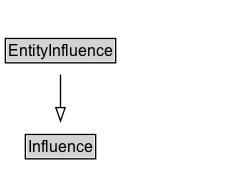
The Graphviz diagram docs/diagrams/EntityInfluence.dot.png in k-vaughn/ontology-import-prov, before a commit. Its source is kept beside it as docs/diagrams/EntityInfluence.dot. Source of this version:
```dot
digraph {
	graph [overlap=false rankdir=TB splines=true]
	node [fontname=Arial fontsize=12 margin=0 shape=none]
	edge [fontname=Arial fontsize=11]
	EntityInfluence [label=<<TABLE BORDER="1" CELLBORDER="0" CELLSPACING="0" CELLPADDING="1"><TR><TD BGCOLOR="lightgray" ALIGN="CENTER">EntityInfluence</TD></TR></TABLE>> URL="../EntityInfluence" margin=0]
	{
		rank=max
	}
	subgraph cluster_associated {
		label="" style=invis
		Invis [label=<<TABLE BORDER="0" CELLBORDER="0" CELLSPACING="0" CELLPADDING="1"><TR><TD></TD></TR></TABLE>> margin=0 style=invis]
	}
	Influence [label=<<TABLE BORDER="1" CELLBORDER="0" CELLSPACING="0" CELLPADDING="1"><TR><TD BGCOLOR="lightgray" ALIGN="CENTER">Influence</TD></TR></TABLE>> URL="../Influence" margin=0]
	EntityInfluence -> Influence [arrowhead=onormal style=solid]
}
```
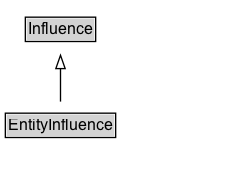
The same file after the commit.

The edit, as a diff of the source:
```diff
@@ -2,6 +2,10 @@
 	graph [overlap=false rankdir=TB splines=true]
 	node [fontname=Arial fontsize=12 margin=0 shape=none]
 	edge [fontname=Arial fontsize=11]
+	{
+		rank=source
+		Influence [label=<<TABLE BORDER="1" CELLBORDER="0" CELLSPACING="0" CELLPADDING="1"><TR><TD BGCOLOR="lightgray" ALIGN="CENTER">Influence</TD></TR></TABLE>> URL="../Influence" margin=0]
+	}
 	EntityInfluence [label=<<TABLE BORDER="1" CELLBORDER="0" CELLSPACING="0" CELLPADDING="1"><TR><TD BGCOLOR="lightgray" ALIGN="CENTER">EntityInfluence</TD></TR></TABLE>> URL="../EntityInfluence" margin=0]
 	{
 		rank=max
@@ -10,6 +14,5 @@
 		label="" style=invis
 		Invis [label=<<TABLE BORDER="0" CELLBORDER="0" CELLSPACING="0" CELLPADDING="1"><TR><TD></TD></TR></TABLE>> margin=0 style=invis]
 	}
-	Influence [label=<<TABLE BORDER="1" CELLBORDER="0" CELLSPACING="0" CELLPADDING="1"><TR><TD BGCOLOR="lightgray" ALIGN="CENTER">Influence</TD></TR></TABLE>> URL="../Influence" margin=0]
 	EntityInfluence -> Influence [arrowhead=onormal style=solid]
 }
```
